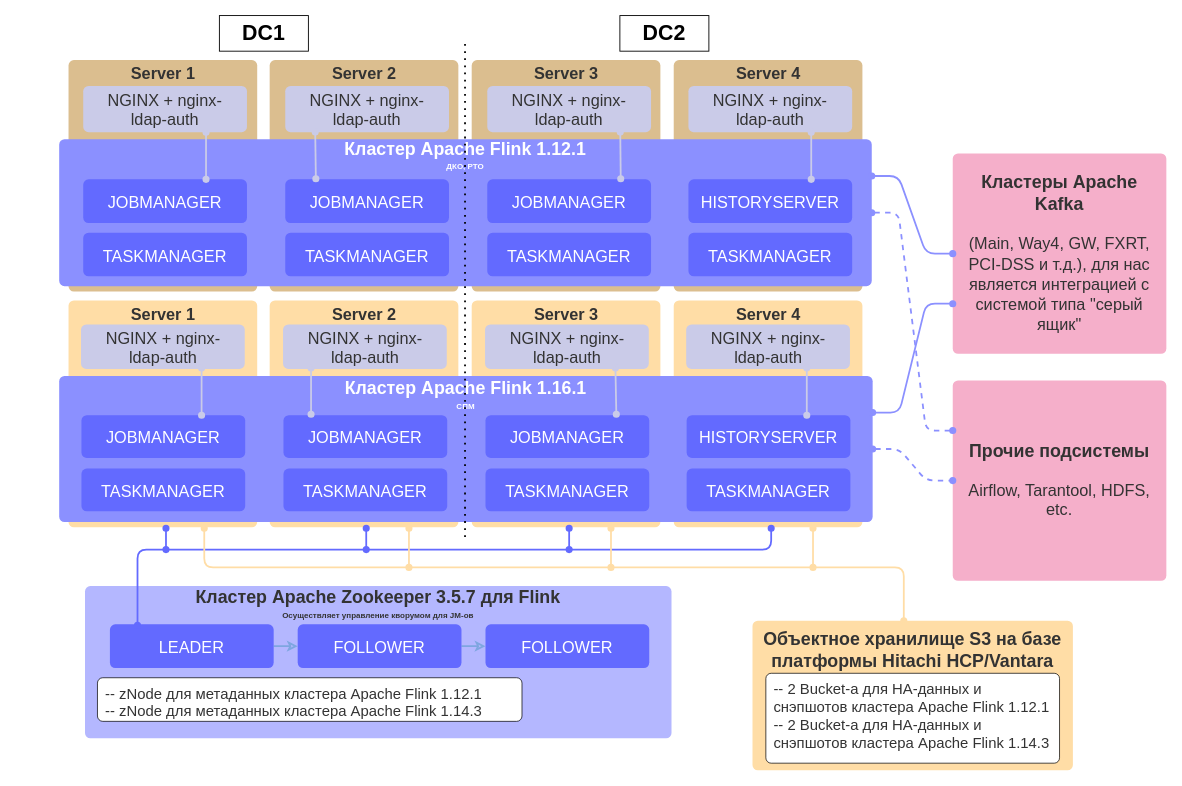
Earlier version of the draw.io diagram Flink.drawio (parametriq/diagrams). Source tidied: cells renumbered, new cells numbered last; positions are measured from the earlier drawing's top-left corner, leaving out a move shared by most shapes. Both pictures are drawn from the tidied source at 89%, with x=0, y=0 at pixel (59, 15).
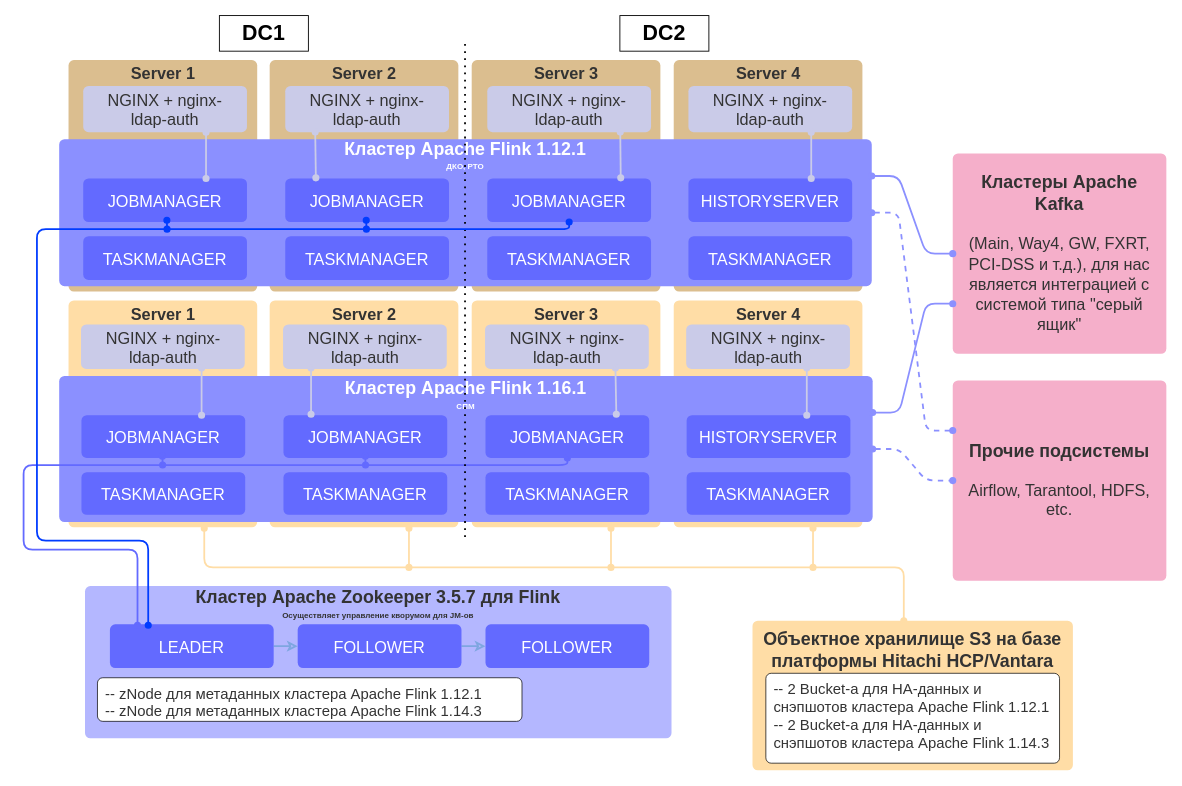
Above is the later version.

The change refers to these unchanged cells:
```xml
<mxCell id="17" value="LEADER" style="html=1;overflow=block;blockSpacing=1;whiteSpace=wrap;fontSize=18.3;fontColor=#ffffff;align=center;spacingLeft=8.4;spacingRight=8.4;spacingTop=2.4;spacing=3.6;strokeOpacity=0;fillOpacity=100;rounded=1;absoluteArcSize=1;arcSize=12;fillColor=#636aff;strokeWidth=0.8;" parent="1" vertex="1">
  <mxGeometry x="57" y="684" width="184" height="49" as="geometry" />
</mxCell>
<mxCell id="39" value="JOBMANAGER" style="html=1;overflow=block;blockSpacing=1;whiteSpace=wrap;fontSize=18.3;fontColor=#ffffff;align=center;spacingLeft=8.4;spacingRight=8.4;spacingTop=2.4;spacing=3.6;strokeOpacity=0;fillOpacity=100;rounded=1;absoluteArcSize=1;arcSize=12;fillColor=#636aff;strokeWidth=0.8;" parent="1" vertex="1">
  <mxGeometry x="479" y="449" width="184" height="48" as="geometry" />
</mxCell>
```

Change to the diagram source:
```diff
@@
     <mxCell id="11" value="JOBMANAGER" style="html=1;overflow=block;blockSpacing=1;whiteSpace=wrap;fontSize=18.3;fontColor=#ffffff;align=center;spacingLeft=8.4;spacingRight=8.4;spacingTop=2.4;spacing=3.6;strokeOpacity=0;fillOpacity=100;rounded=1;absoluteArcSize=1;arcSize=12;fillColor=#636aff;strokeWidth=0.8;" parent="1" vertex="1">
-      <mxGeometry x="27" y="184" width="184" height="49" as="geometry" />
+      <mxGeometry x="27" y="183" width="184" height="49" as="geometry" />
     </mxCell>
     <mxCell id="12" value="TASKMANAGER" style="html=1;overflow=block;blockSpacing=1;whiteSpace=wrap;fontSize=18.3;fontColor=#ffffff;align=center;spacingLeft=8.4;spacingRight=8.4;spacingTop=2.4;spacing=3.6;strokeOpacity=0;fillOpacity=100;rounded=1;absoluteArcSize=1;arcSize=12;fillColor=#636aff;strokeWidth=0.8;" parent="1" vertex="1">
-      <mxGeometry x="27" y="244" width="184" height="49" as="geometry" />
+      <mxGeometry x="27" y="248" width="184" height="49" as="geometry" />
     </mxCell>
@@
     <mxCell id="24" value="JOBMANAGER" style="html=1;overflow=block;blockSpacing=1;whiteSpace=wrap;fontSize=18.3;fontColor=#ffffff;align=center;spacingLeft=8.4;spacingRight=8.4;spacingTop=2.4;spacing=3.6;strokeOpacity=0;fillOpacity=100;rounded=1;absoluteArcSize=1;arcSize=12;fillColor=#636aff;strokeWidth=0.8;" parent="1" vertex="1">
-      <mxGeometry x="254" y="184" width="184" height="49" as="geometry" />
+      <mxGeometry x="254" y="183" width="184" height="49" as="geometry" />
     </mxCell>
     <mxCell id="25" value="TASKMANAGER" style="html=1;overflow=block;blockSpacing=1;whiteSpace=wrap;fontSize=18.3;fontColor=#ffffff;align=center;spacingLeft=8.4;spacingRight=8.4;spacingTop=2.4;spacing=3.6;strokeOpacity=0;fillOpacity=100;rounded=1;absoluteArcSize=1;arcSize=12;fillColor=#636aff;strokeWidth=0.8;" parent="1" vertex="1">
-      <mxGeometry x="254" y="244" width="184" height="49" as="geometry" />
+      <mxGeometry x="254" y="248" width="184" height="49" as="geometry" />
     </mxCell>
@@
     <mxCell id="27" value="JOBMANAGER" style="html=1;overflow=block;blockSpacing=1;whiteSpace=wrap;fontSize=18.3;fontColor=#ffffff;align=center;spacingLeft=8.4;spacingRight=8.4;spacingTop=2.4;spacing=3.6;strokeOpacity=0;fillOpacity=100;rounded=1;absoluteArcSize=1;arcSize=12;fillColor=#636aff;strokeWidth=0.8;" parent="1" vertex="1">
-      <mxGeometry x="481" y="184" width="184" height="49" as="geometry" />
+      <mxGeometry x="481" y="183" width="184" height="49" as="geometry" />
     </mxCell>
     <mxCell id="28" value="TASKMANAGER" style="html=1;overflow=block;blockSpacing=1;whiteSpace=wrap;fontSize=18.3;fontColor=#ffffff;align=center;spacingLeft=8.4;spacingRight=8.4;spacingTop=2.4;spacing=3.6;strokeOpacity=0;fillOpacity=100;rounded=1;absoluteArcSize=1;arcSize=12;fillColor=#636aff;strokeWidth=0.8;" parent="1" vertex="1">
-      <mxGeometry x="481" y="244" width="184" height="49" as="geometry" />
+      <mxGeometry x="481" y="248" width="184" height="49" as="geometry" />
     </mxCell>
@@
     <mxCell id="30" value="HISTORYSERVER" style="html=1;overflow=block;blockSpacing=1;whiteSpace=wrap;fontSize=18.3;fontColor=#ffffff;align=center;spacingLeft=8.4;spacingRight=8.4;spacingTop=2.4;spacing=3.6;strokeOpacity=0;fillOpacity=100;rounded=1;absoluteArcSize=1;arcSize=12;fillColor=#636aff;strokeWidth=0.8;" parent="1" vertex="1">
-      <mxGeometry x="707" y="184" width="184" height="49" as="geometry" />
+      <mxGeometry x="707" y="183" width="184" height="49" as="geometry" />
     </mxCell>
     <mxCell id="31" value="TASKMANAGER" style="html=1;overflow=block;blockSpacing=1;whiteSpace=wrap;fontSize=18.3;fontColor=#ffffff;align=center;spacingLeft=8.4;spacingRight=8.4;spacingTop=2.4;spacing=3.6;strokeOpacity=0;fillOpacity=100;rounded=1;absoluteArcSize=1;arcSize=12;fillColor=#636aff;strokeWidth=0.8;" parent="1" vertex="1">
-      <mxGeometry x="707" y="244" width="184" height="49" as="geometry" />
+      <mxGeometry x="707" y="248" width="184" height="49" as="geometry" />
     </mxCell>
@@
     <mxCell id="36" value="TASKMANAGER" style="html=1;overflow=block;blockSpacing=1;whiteSpace=wrap;fontSize=18.3;fontColor=#ffffff;align=center;spacingLeft=8.4;spacingRight=8.4;spacingTop=2.4;spacing=3.6;strokeOpacity=0;fillOpacity=100;rounded=1;absoluteArcSize=1;arcSize=12;fillColor=#636aff;strokeWidth=0.8;" parent="1" vertex="1">
-      <mxGeometry x="25" y="509" width="184" height="48" as="geometry" />
+      <mxGeometry x="25" y="513" width="184" height="48" as="geometry" />
     </mxCell>
@@
     <mxCell id="38" value="TASKMANAGER" style="html=1;overflow=block;blockSpacing=1;whiteSpace=wrap;fontSize=18.3;fontColor=#ffffff;align=center;spacingLeft=8.4;spacingRight=8.4;spacingTop=2.4;spacing=3.6;strokeOpacity=0;fillOpacity=100;rounded=1;absoluteArcSize=1;arcSize=12;fillColor=#636aff;strokeWidth=0.8;" parent="1" vertex="1">
-      <mxGeometry x="252" y="509" width="184" height="48" as="geometry" />
+      <mxGeometry x="252" y="513" width="184" height="48" as="geometry" />
     </mxCell>
@@
     <mxCell id="40" value="TASKMANAGER" style="html=1;overflow=block;blockSpacing=1;whiteSpace=wrap;fontSize=18.3;fontColor=#ffffff;align=center;spacingLeft=8.4;spacingRight=8.4;spacingTop=2.4;spacing=3.6;strokeOpacity=0;fillOpacity=100;rounded=1;absoluteArcSize=1;arcSize=12;fillColor=#636aff;strokeWidth=0.8;" parent="1" vertex="1">
-      <mxGeometry x="479" y="509" width="184" height="48" as="geometry" />
+      <mxGeometry x="479" y="513" width="184" height="48" as="geometry" />
     </mxCell>
@@
     <mxCell id="42" value="TASKMANAGER" style="html=1;overflow=block;blockSpacing=1;whiteSpace=wrap;fontSize=18.3;fontColor=#ffffff;align=center;spacingLeft=8.4;spacingRight=8.4;spacingTop=2.4;spacing=3.6;strokeOpacity=0;fillOpacity=100;rounded=1;absoluteArcSize=1;arcSize=12;fillColor=#636aff;strokeWidth=0.8;" parent="1" vertex="1">
-      <mxGeometry x="705" y="509" width="184" height="48" as="geometry" />
+      <mxGeometry x="705" y="513" width="184" height="48" as="geometry" />
     </mxCell>
-    <mxCell id="43" style="edgeStyle=none;rounded=0;jumpStyle=none;orthogonalLoop=1;jettySize=auto;html=1;exitX=0.25;exitY=1;exitDx=0;exitDy=0;startArrow=oval;startFill=1;endArrow=oval;endFill=1;strokeColor=#636AFF;strokeWidth=2;" parent="1" edge="1">
-      <mxGeometry relative="1" as="geometry">
-        <mxPoint x="345" y="576" as="sourcePoint" />
-        <mxPoint x="345" y="600" as="targetPoint" />
-      </mxGeometry>
-    </mxCell>
-    <mxCell id="44" style="edgeStyle=none;rounded=1;jumpStyle=none;orthogonalLoop=1;jettySize=auto;html=1;startArrow=oval;startFill=1;endArrow=oval;endFill=1;strokeColor=#636AFF;strokeWidth=2;entryX=0.163;entryY=0.02;entryDx=0;entryDy=0;entryPerimeter=0;" parent="1" edge="1">
+    <mxCell id="44" style="edgeStyle=none;rounded=1;jumpStyle=none;jettySize=auto;html=1;startArrow=oval;startFill=1;endArrow=oval;endFill=1;strokeColor=#636AFF;strokeWidth=2;entryX=0.163;entryY=0.02;entryDx=0;entryDy=0;entryPerimeter=0;exitX=0.5;exitY=1;exitDx=0;exitDy=0;" parent="1" edge="1" source="39">
       <mxGeometry relative="1" as="geometry">
-        <mxPoint x="800" y="576" as="sourcePoint" />
         <mxPoint x="88" y="685" as="targetPoint" />
         <Array as="points">
-          <mxPoint x="800" y="600" />
+          <mxPoint x="571" y="505" />
+          <mxPoint x="-40" y="505" />
+          <mxPoint x="-40" y="600" />
           <mxPoint x="88" y="600" />
         </Array>
       </mxGeometry>
     </mxCell>
@@
-    <mxCell id="57" style="edgeStyle=orthogonalEdgeStyle;rounded=0;orthogonalLoop=1;jettySize=auto;html=1;exitX=0.5;exitY=1;exitDx=0;exitDy=0;startArrow=oval;startFill=1;endArrow=oval;endFill=1;strokeWidth=2;strokeColor=#636AFF;" parent="1" edge="1">
+    <mxCell id="57" style="edgeStyle=orthogonalEdgeStyle;rounded=0;orthogonalLoop=1;jettySize=auto;html=1;startArrow=oval;startFill=1;endArrow=oval;endFill=1;strokeWidth=2;strokeColor=#636AFF;" parent="1" edge="1">
       <mxGeometry relative="1" as="geometry">
-        <mxPoint x="120" y="576" as="sourcePoint" />
-        <mxPoint x="120" y="600" as="targetPoint" />
+        <mxPoint x="116" y="495" as="sourcePoint" />
+        <mxPoint x="116.2" y="505" as="targetPoint" />
       </mxGeometry>
     </mxCell>
@@
-    <mxCell id="59" style="edgeStyle=none;rounded=0;jumpStyle=none;orthogonalLoop=1;jettySize=auto;html=1;exitX=0.5;exitY=1;exitDx=0;exitDy=0;startArrow=oval;startFill=1;endArrow=oval;endFill=1;strokeColor=#636AFF;strokeWidth=2;" parent="1" edge="1">
-      <mxGeometry relative="1" as="geometry">
-        <mxPoint x="573" y="576" as="sourcePoint" />
-        <mxPoint x="573" y="600" as="targetPoint" />
-      </mxGeometry>
-    </mxCell>
@@
+    <mxCell id="70" style="edgeStyle=none;rounded=1;jumpStyle=none;jettySize=auto;html=1;startArrow=oval;startFill=1;endArrow=oval;endFill=1;strokeColor=#003CFF;strokeWidth=2;entryX=0.234;entryY=0.02;entryDx=0;entryDy=0;entryPerimeter=0;exitX=0.5;exitY=1;exitDx=0;exitDy=0;" parent="1" edge="1" source="27" target="17">
+      <mxGeometry relative="1" as="geometry">
+        <Array as="points">
+          <mxPoint x="573" y="240" />
+          <mxPoint x="-25" y="240" />
+          <mxPoint x="-25" y="590" />
+          <mxPoint x="100" y="590" />
+        </Array>
+      </mxGeometry>
+    </mxCell>
@@
+    <mxCell id="71" style="edgeStyle=orthogonalEdgeStyle;rounded=0;orthogonalLoop=1;jettySize=auto;html=1;startArrow=oval;startFill=1;endArrow=oval;endFill=1;strokeWidth=2;strokeColor=#636AFF;" parent="1" edge="1">
+      <mxGeometry relative="1" as="geometry">
+        <mxPoint x="344" y="495" as="sourcePoint" />
+        <mxPoint x="344.2" y="505" as="targetPoint" />
+      </mxGeometry>
+    </mxCell>
+    <mxCell id="72" style="edgeStyle=orthogonalEdgeStyle;rounded=0;orthogonalLoop=1;jettySize=auto;html=1;startArrow=oval;startFill=1;endArrow=oval;endFill=1;strokeWidth=2;strokeColor=#003CFF;" parent="1" edge="1">
+      <mxGeometry relative="1" as="geometry">
+        <mxPoint x="121" y="230" as="sourcePoint" />
+        <mxPoint x="121.2" y="240" as="targetPoint" />
+      </mxGeometry>
+    </mxCell>
+    <mxCell id="73" style="edgeStyle=orthogonalEdgeStyle;rounded=0;orthogonalLoop=1;jettySize=auto;html=1;startArrow=oval;startFill=1;endArrow=oval;endFill=1;strokeWidth=2;strokeColor=#003CFF;" parent="1" edge="1">
+      <mxGeometry relative="1" as="geometry">
+        <mxPoint x="345" y="230" as="sourcePoint" />
+        <mxPoint x="345.2" y="240" as="targetPoint" />
+      </mxGeometry>
+    </mxCell>
```
